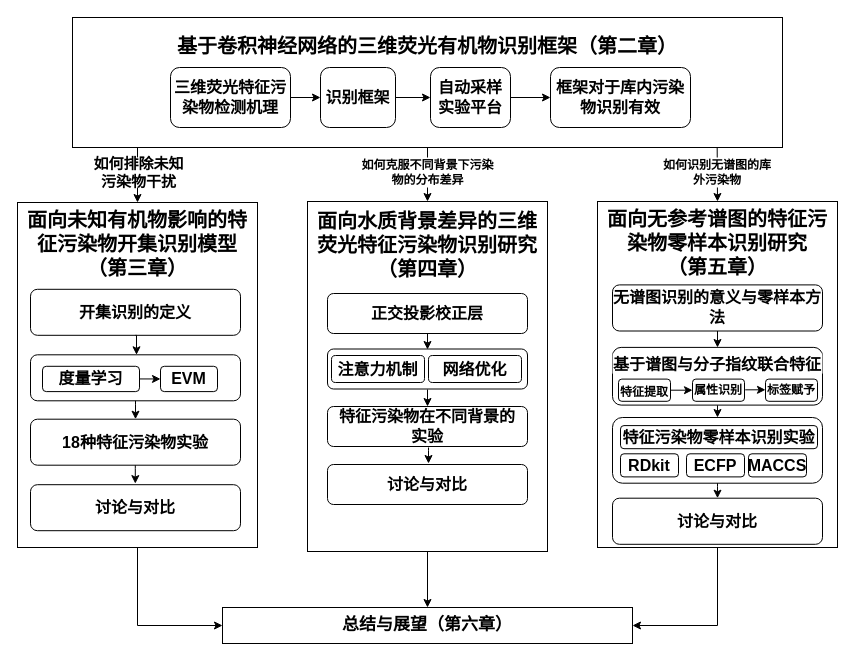
Earlier version of the draw.io diagram thesis.drawio (chbambooshoot/digram). Source tidied: cells renumbered, new cells numbered last; positions are measured from the earlier drawing's top-left corner, leaving out a move shared by most shapes. Both pictures are drawn from the tidied source at 100%, with x=0, y=0 at pixel (17, 17).
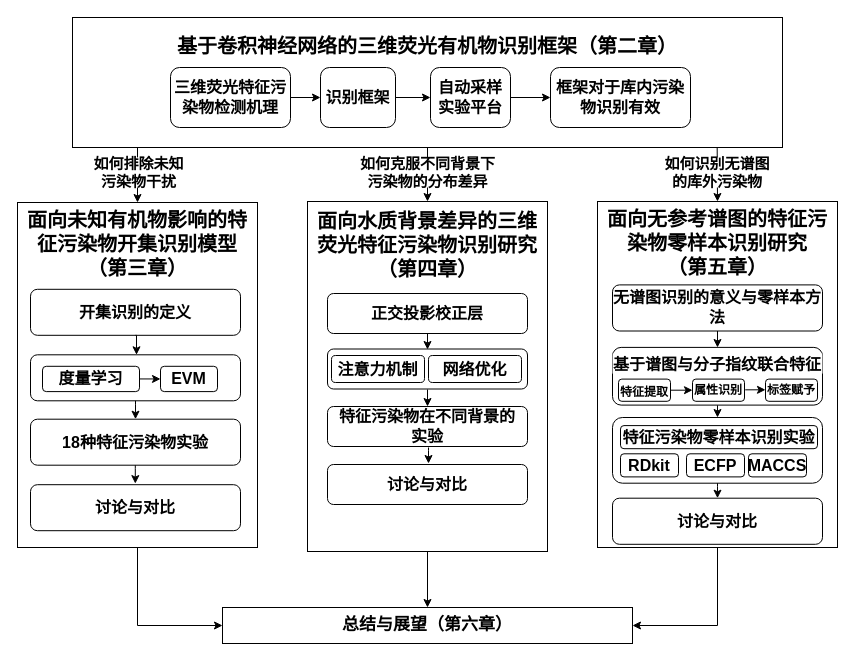
The same diagram, later.

Diff of the diagram source:
```diff
@@
-    <mxCell id="17" value="如何克服不同背景下污染物的分布差异" style="text;html=1;strokeColor=none;fillColor=default;align=center;verticalAlign=middle;whiteSpace=wrap;rounded=0;fontFamily=仿宋;fontStyle=1;" parent="1" vertex="1">
+    <mxCell id="17" value="如何克服不同背景下污染物的分布差异" style="text;html=1;strokeColor=none;fillColor=default;align=center;verticalAlign=middle;whiteSpace=wrap;rounded=0;fontFamily=仿宋;fontStyle=1;fontSize=15;" parent="1" vertex="1">
       <mxGeometry x="338.8" y="140" width="142.5" height="30" as="geometry" />
     </mxCell>
-    <mxCell id="18" value="如何识别无谱图的库外污染物" style="text;html=1;strokeColor=none;fillColor=default;align=center;verticalAlign=middle;whiteSpace=wrap;rounded=0;fontFamily=仿宋;fontStyle=1;" parent="1" vertex="1">
+    <mxCell id="18" value="如何识别无谱图的库外污染物" style="text;html=1;strokeColor=none;fillColor=default;align=center;verticalAlign=middle;whiteSpace=wrap;rounded=0;fontFamily=仿宋;fontStyle=1;fontSize=15;" parent="1" vertex="1">
       <mxGeometry x="640" y="140" width="120" height="30" as="geometry" />
     </mxCell>
```
